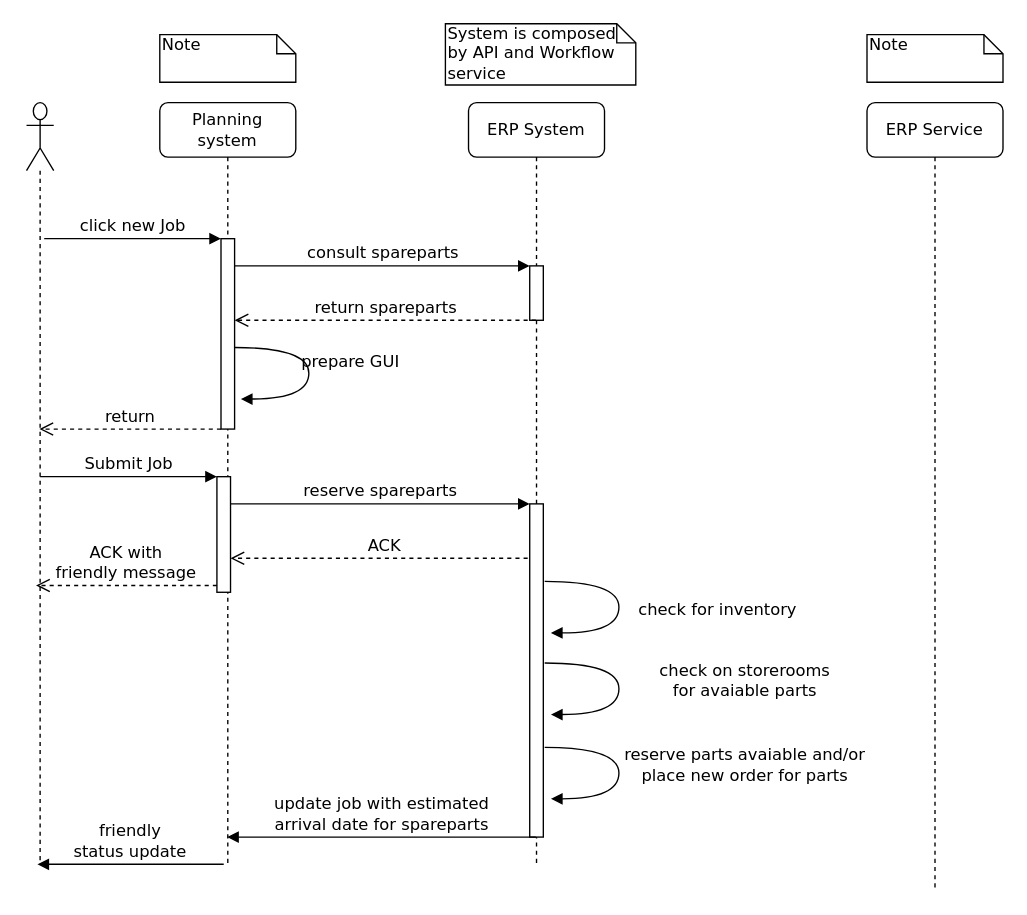
Above: page "Page-1" (1 of 5) of Bentley.drawio in giuberti/diagrams (draw.io), before the change. Source tidied: cells renumbered, new cells numbered last; positions are measured from the earlier drawing's top-left corner, leaving out a move shared by most shapes. Both pictures are drawn from the tidied source at 136%, with x=0, y=0 at pixel (26, 23).
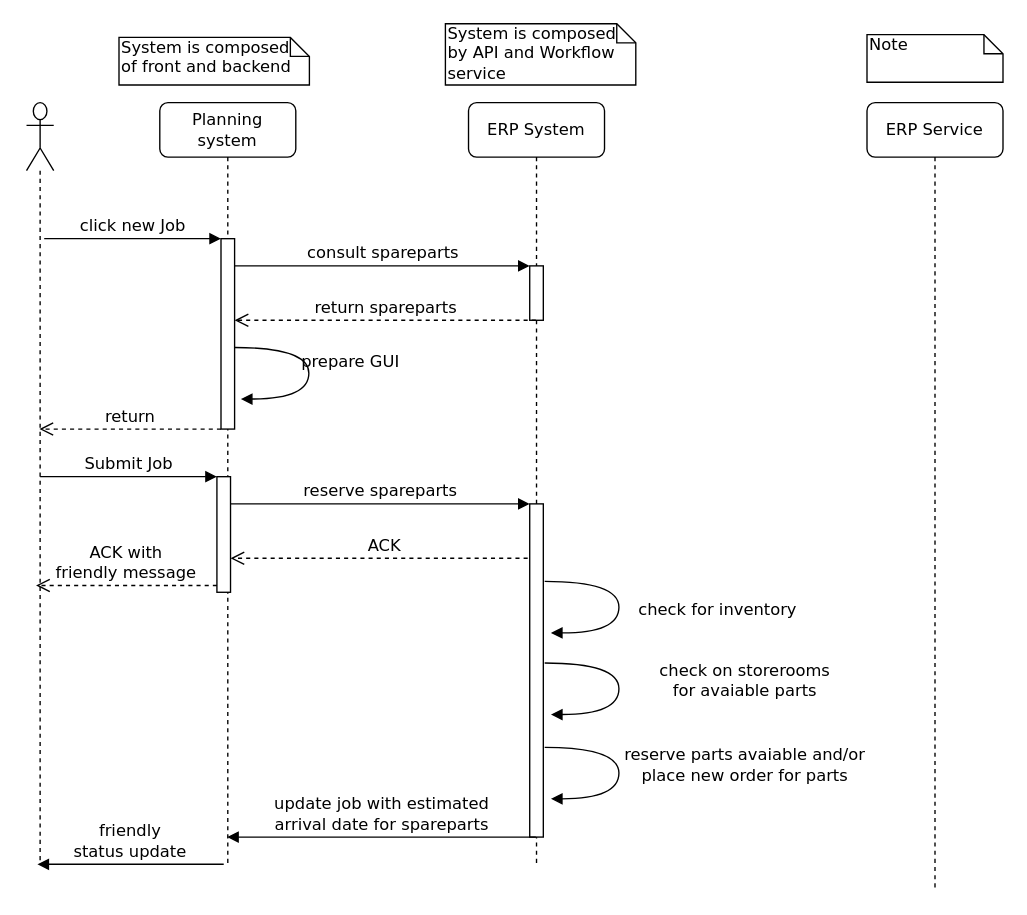
The same diagram, later.

The edit, as a diff of the source:
```diff
@@
-    <mxCell id="17" value="Note" style="shape=note;whiteSpace=wrap;html=1;size=14;verticalAlign=top;align=left;spacingTop=-6;rounded=0;shadow=0;comic=0;labelBackgroundColor=none;strokeWidth=1;fontFamily=Verdana;fontSize=12;" parent="1" vertex="1">
-      <mxGeometry x="98" y="8" width="100" height="35" as="geometry" />
+    <mxCell id="17" value="System is composed of front and backend" style="shape=note;whiteSpace=wrap;html=1;size=14;verticalAlign=top;align=left;spacingTop=-6;rounded=0;shadow=0;comic=0;labelBackgroundColor=none;strokeWidth=1;fontFamily=Verdana;fontSize=12;" parent="1" vertex="1">
+      <mxGeometry x="68" y="10" width="140" height="35" as="geometry" />
     </mxCell>
```
